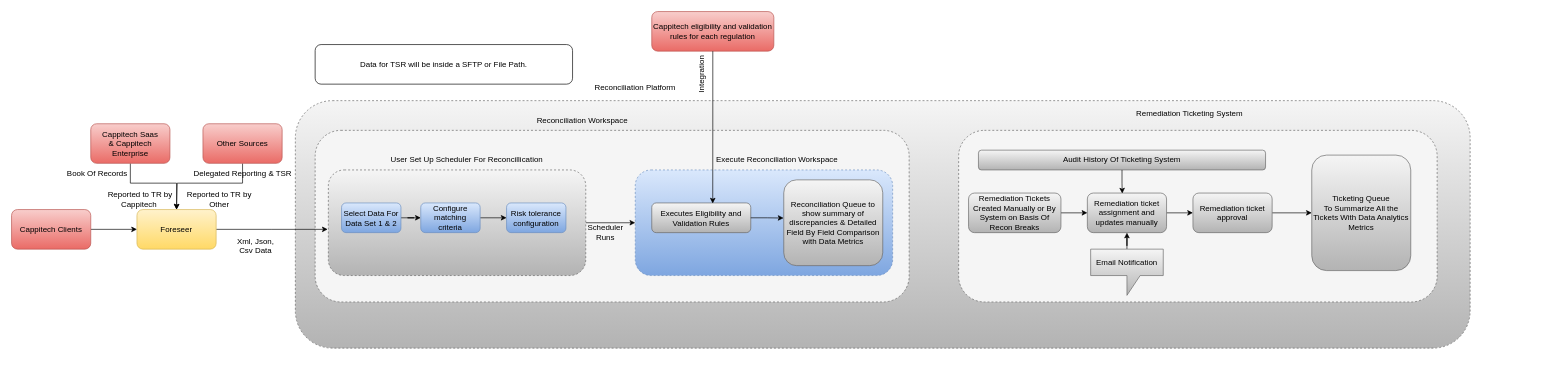
Above: Cappitech.drawio in namanchopra21087/design-documents (draw.io), before the change. Source tidied: cells renumbered, new cells numbered last; positions are measured from the earlier drawing's top-left corner, leaving out a move shared by most shapes. Both pictures are drawn from the tidied source at 66%, with x=0, y=0 at pixel (11, 11).
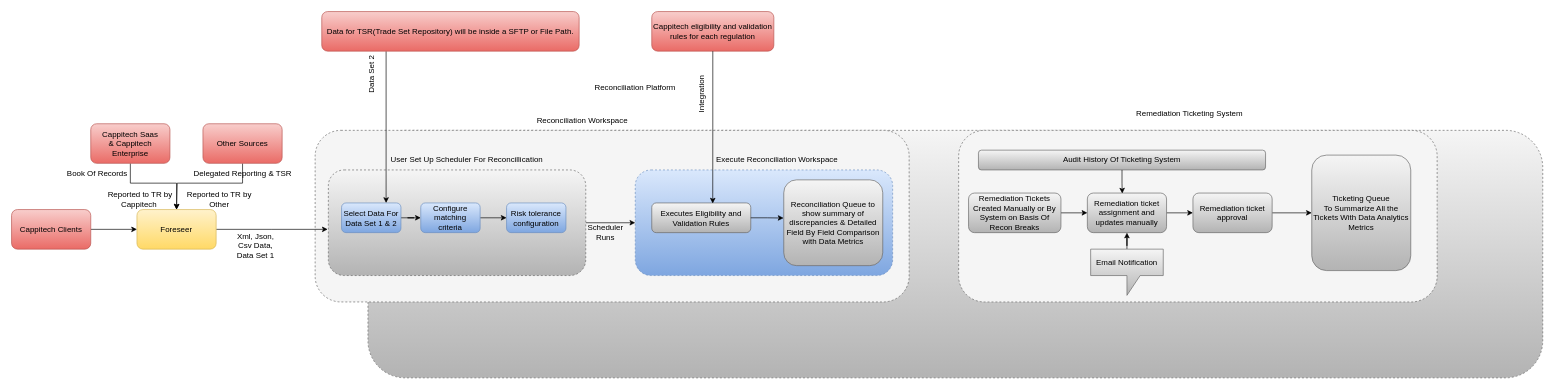
The same diagram, later.

Unchanged cells that the change refers to:
```xml
<mxCell id="22" value="Select Data F&lt;span style=&quot;background-color: initial;&quot;&gt;or&lt;/span&gt;&lt;div&gt;Data Set 1 &amp;amp; 2&lt;/div&gt;" style="rounded=1;whiteSpace=wrap;html=1;fillColor=#dae8fc;gradientColor=#7ea6e0;strokeColor=#6c8ebf;" parent="1" vertex="1">
  <mxGeometry x="500" y="290" width="90" height="45" as="geometry" />
</mxCell>
```

What changed in the source:
```diff
@@
     <mxCell id="2" style="rounded=1;whiteSpace=wrap;html=1;dashed=1;fillColor=#f5f5f5;strokeColor=#666666;gradientColor=#b3b3b3;" parent="1" vertex="1">
-      <mxGeometry x="430" y="135" width="1780" height="375" as="geometry" />
+      <mxGeometry x="540" y="180" width="1780" height="375" as="geometry" />
     </mxCell>
@@
-    <mxCell id="7" value="Xml, Json, Csv Data" style="text;html=1;align=center;verticalAlign=middle;whiteSpace=wrap;rounded=0;" parent="1" vertex="1">
+    <mxCell id="7" value="Xml, Json, Csv Data,&lt;div&gt;Data Set 1&lt;/div&gt;" style="text;html=1;align=center;verticalAlign=middle;whiteSpace=wrap;rounded=0;" parent="1" vertex="1">
       <mxGeometry x="330" y="340" width="80" height="30" as="geometry" />
     </mxCell>
@@
     <mxCell id="32" value="Integration" style="text;html=1;align=center;verticalAlign=middle;whiteSpace=wrap;rounded=0;rotation=-90;" parent="1" vertex="1">
-      <mxGeometry x="1015" y="80" width="60" height="30" as="geometry" />
+      <mxGeometry x="1015" y="110" width="60" height="30" as="geometry" />
     </mxCell>
@@
+    <mxCell id="50" style="edgeStyle=orthogonalEdgeStyle;rounded=0;jettySize=auto;html=1;entryX=0.75;entryY=0;entryDx=0;entryDy=0;exitX=0.25;exitY=1;exitDx=0;exitDy=0;" parent="1" edge="1" source="49" target="22">
+      <mxGeometry relative="1" as="geometry" />
+    </mxCell>
-    <mxCell id="49" value="Data for TSR will be inside a SFTP or File Path." style="rounded=1;whiteSpace=wrap;html=1;" parent="1" vertex="1">
-      <mxGeometry x="460" y="50" width="390" height="60" as="geometry" />
+    <mxCell id="49" value="Data for TSR(Trade Set Repository) will be inside a SFTP or File Path." style="rounded=1;whiteSpace=wrap;html=1;fillColor=#f8cecc;gradientColor=#ea6b66;strokeColor=#b85450;" parent="1" vertex="1">
+      <mxGeometry x="470" width="390" height="60" as="geometry" />
     </mxCell>
+    <mxCell id="51" value="Data Set 2" style="text;html=1;align=center;verticalAlign=middle;whiteSpace=wrap;rounded=0;rotation=-90;" parent="1" vertex="1">
+      <mxGeometry x="515" y="80" width="60" height="30" as="geometry" />
+    </mxCell>
```
